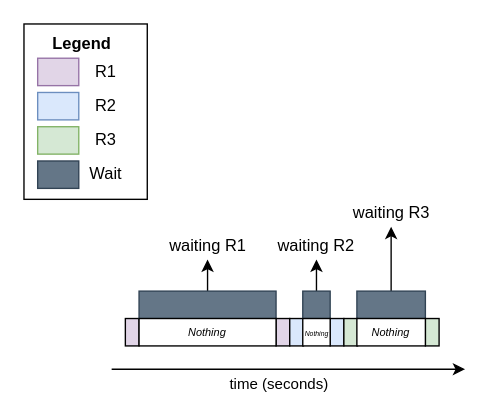
Above: page "HttpSync" (1 of 2) of posts/2021/2021-05-29-python-async/diagrams.drawio in guilatrova/latrovacommits-articles (draw.io), before the change. Source tidied: cells renumbered, new cells numbered last; positions are measured from the earlier drawing's top-left corner, leaving out a move shared by most shapes. Both pictures are drawn from the tidied source at 137%, with x=0, y=0 at pixel (23, 23).
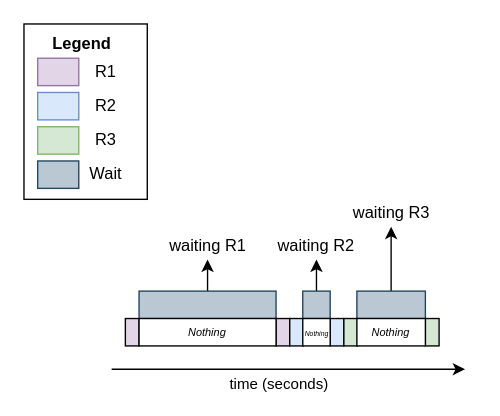
The same page after the edit.

Diff of the diagram source:
```diff
@@
-    <mxCell id="12" style="rounded=0;whiteSpace=wrap;html=1;fillColor=#647687;strokeColor=#314354;fontColor=#ffffff;" parent="1" vertex="1">
+    <mxCell id="12" style="rounded=0;whiteSpace=wrap;html=1;fillColor=#bac8d3;strokeColor=#23445d;" parent="1" vertex="1">
       <mxGeometry x="10" y="100" width="30" height="20" as="geometry" />
     </mxCell>
@@
-    <mxCell id="15" style="rounded=0;whiteSpace=wrap;html=1;fillColor=#647687;fontColor=#ffffff;strokeColor=#314354;" parent="1" vertex="1">
+    <mxCell id="15" style="rounded=0;whiteSpace=wrap;html=1;fillColor=#bac8d3;strokeColor=#23445d;" parent="1" vertex="1">
       <mxGeometry x="84" y="195" width="100" height="20" as="geometry" />
     </mxCell>
@@
-    <mxCell id="19" style="rounded=0;whiteSpace=wrap;html=1;fillColor=#647687;fontColor=#ffffff;strokeColor=#314354;" parent="1" vertex="1">
+    <mxCell id="19" style="rounded=0;whiteSpace=wrap;html=1;fillColor=#bac8d3;strokeColor=#23445d;" parent="1" vertex="1">
       <mxGeometry x="203.5" y="195" width="20" height="20" as="geometry" />
     </mxCell>
@@
-    <mxCell id="21" style="rounded=0;whiteSpace=wrap;html=1;fillColor=#647687;fontColor=#ffffff;strokeColor=#314354;" parent="1" vertex="1">
+    <mxCell id="21" style="rounded=0;whiteSpace=wrap;html=1;fillColor=#bac8d3;strokeColor=#23445d;" parent="1" vertex="1">
       <mxGeometry x="243" y="195" width="50" height="20" as="geometry" />
     </mxCell>
```
